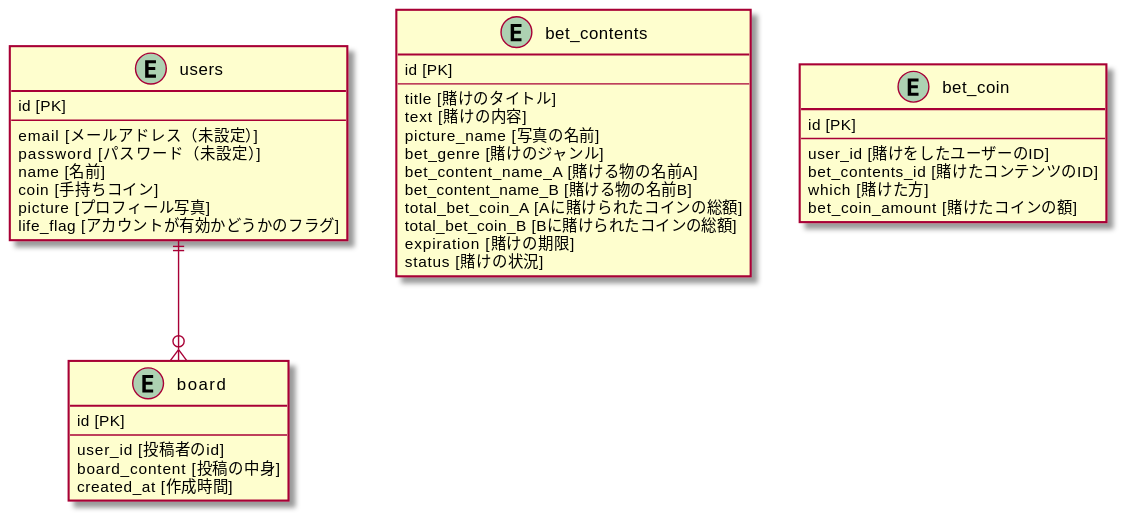
kobatastu/Daily_Bet keeps this PlantUML diagram as diagrams/ER.svg. Above is the earlier version.
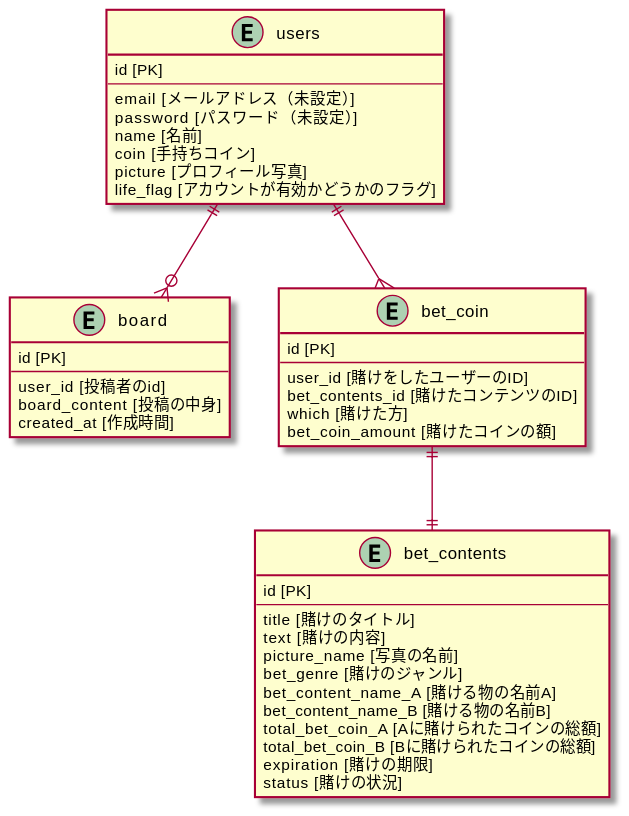
After the commit.

What changed in the source:
```diff
@@ -39,4 +39,6 @@
   bet_coin_amount [賭けたコインの額]
 }
 users ||--o{ board
+users ||--{ bet_coin
+bet_coin ||--|| bet_contents
 @enduml
```
